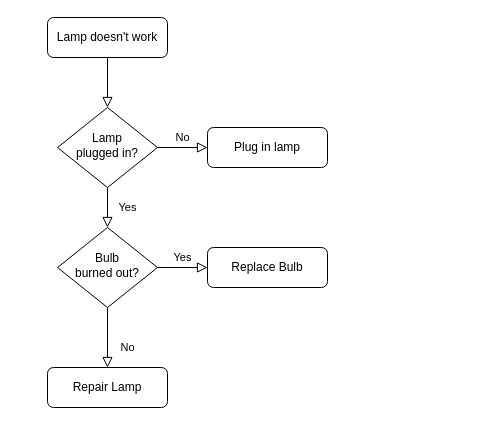
lgarzon2304/flatris keeps this draw.io diagram as Diagrama sin título.drawio. Above is the earlier version. Source tidied: cells renumbered, new cells numbered last; positions are measured from the earlier drawing's top-left corner, leaving out a move shared by most shapes. Both pictures are drawn from the tidied source at 100%, with x=0, y=0 at pixel (47, 17).
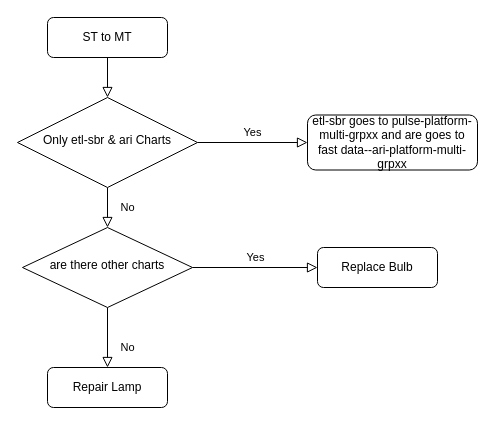
The same page after the edit.

The edit, as a diff of the source:
```diff
@@
 <mxGraphModel>
   <root>
     <mxCell id="0" />
     <mxCell id="1" parent="0" />
     <mxCell id="2" style="rounded=0;html=1;jettySize=auto;fontSize=11;endArrow=block;endFill=0;endSize=8;strokeWidth=1;shadow=0;labelBackgroundColor=none;edgeStyle=orthogonalEdgeStyle;" parent="1" edge="1" source="3" target="6">
       <mxGeometry relative="1" as="geometry" />
     </mxCell>
-    <mxCell id="3" value="Lamp doesn't work" style="rounded=1;whiteSpace=wrap;html=1;fontSize=12;glass=0;strokeWidth=1;shadow=0;" parent="1" vertex="1">
+    <mxCell id="3" value="ST to MT" style="rounded=1;whiteSpace=wrap;html=1;fontSize=12;glass=0;strokeWidth=1;shadow=0;" parent="1" vertex="1">
       <mxGeometry width="120" height="40" as="geometry" />
     </mxCell>
-    <mxCell id="4" value="Yes" style="rounded=0;html=1;jettySize=auto;fontSize=11;endArrow=block;endFill=0;endSize=8;strokeWidth=1;shadow=0;labelBackgroundColor=none;edgeStyle=orthogonalEdgeStyle;" parent="1" edge="1" source="6" target="10">
+    <mxCell id="4" value="No" style="rounded=0;html=1;jettySize=auto;fontSize=11;endArrow=block;endFill=0;endSize=8;strokeWidth=1;shadow=0;labelBackgroundColor=none;edgeStyle=orthogonalEdgeStyle;" parent="1" edge="1" source="6" target="10">
       <mxGeometry y="20" relative="1" as="geometry" />
     </mxCell>
-    <mxCell id="5" value="No" style="edgeStyle=orthogonalEdgeStyle;rounded=0;html=1;jettySize=auto;fontSize=11;endArrow=block;endFill=0;endSize=8;strokeWidth=1;shadow=0;labelBackgroundColor=none;" parent="1" edge="1" source="6" target="7">
+    <mxCell id="5" value="Yes" style="edgeStyle=orthogonalEdgeStyle;rounded=0;html=1;jettySize=auto;fontSize=11;endArrow=block;endFill=0;endSize=8;strokeWidth=1;shadow=0;labelBackgroundColor=none;" parent="1" edge="1" source="6" target="7">
       <mxGeometry y="10" relative="1" as="geometry" />
     </mxCell>
-    <mxCell id="6" value="Lamp&lt;br&gt;plugged in?" style="rhombus;whiteSpace=wrap;html=1;shadow=0;fontFamily=Helvetica;fontSize=12;align=center;strokeWidth=1;spacing=6;spacingTop=-4;" parent="1" vertex="1">
-      <mxGeometry x="10" y="90" width="100" height="80" as="geometry" />
+    <mxCell id="6" value="Only etl-sbr &amp;amp; ari Charts" style="rhombus;whiteSpace=wrap;html=1;shadow=0;fontFamily=Helvetica;fontSize=12;align=center;strokeWidth=1;spacing=6;spacingTop=-4;" parent="1" vertex="1">
+      <mxGeometry x="-30" y="80" width="180" height="90" as="geometry" />
     </mxCell>
-    <mxCell id="7" value="Plug in lamp" style="rounded=1;whiteSpace=wrap;html=1;fontSize=12;glass=0;strokeWidth=1;shadow=0;" parent="1" vertex="1">
-      <mxGeometry x="160" y="110" width="120" height="40" as="geometry" />
+    <mxCell id="7" value="etl-sbr goes to pulse-platform-multi-grpxx and are goes to fast data--ari-platform-multi-grpxx" style="rounded=1;whiteSpace=wrap;html=1;fontSize=12;glass=0;strokeWidth=1;shadow=0;" parent="1" vertex="1">
+      <mxGeometry x="260" y="97.5" width="170" height="55" as="geometry" />
     </mxCell>
     <mxCell id="8" value="No" style="rounded=0;html=1;jettySize=auto;fontSize=11;endArrow=block;endFill=0;endSize=8;strokeWidth=1;shadow=0;labelBackgroundColor=none;edgeStyle=orthogonalEdgeStyle;" parent="1" edge="1" source="10" target="11">
       <mxGeometry x="0.33" y="20" relative="1" as="geometry" />
     </mxCell>
     <mxCell id="9" value="Yes" style="edgeStyle=orthogonalEdgeStyle;rounded=0;html=1;jettySize=auto;fontSize=11;endArrow=block;endFill=0;endSize=8;strokeWidth=1;shadow=0;labelBackgroundColor=none;" parent="1" edge="1" source="10" target="12">
       <mxGeometry y="10" relative="1" as="geometry" />
     </mxCell>
-    <mxCell id="10" value="Bulb&lt;br&gt;burned out?" style="rhombus;whiteSpace=wrap;html=1;shadow=0;fontFamily=Helvetica;fontSize=12;align=center;strokeWidth=1;spacing=6;spacingTop=-4;" parent="1" vertex="1">
-      <mxGeometry x="10" y="210" width="100" height="80" as="geometry" />
+    <mxCell id="10" value="are there other charts" style="rhombus;whiteSpace=wrap;html=1;shadow=0;fontFamily=Helvetica;fontSize=12;align=center;strokeWidth=1;spacing=6;spacingTop=-4;" parent="1" vertex="1">
+      <mxGeometry x="-25" y="210" width="170" height="80" as="geometry" />
     </mxCell>
     <mxCell id="11" value="Repair Lamp" style="rounded=1;whiteSpace=wrap;html=1;fontSize=12;glass=0;strokeWidth=1;shadow=0;" parent="1" vertex="1">
       <mxGeometry y="350" width="120" height="40" as="geometry" />
     </mxCell>
     <mxCell id="12" value="Replace Bulb" style="rounded=1;whiteSpace=wrap;html=1;fontSize=12;glass=0;strokeWidth=1;shadow=0;" parent="1" vertex="1">
-      <mxGeometry x="160" y="230" width="120" height="40" as="geometry" />
+      <mxGeometry x="270" y="230" width="120" height="40" as="geometry" />
     </mxCell>
   </root>
 </mxGraphModel>
```
